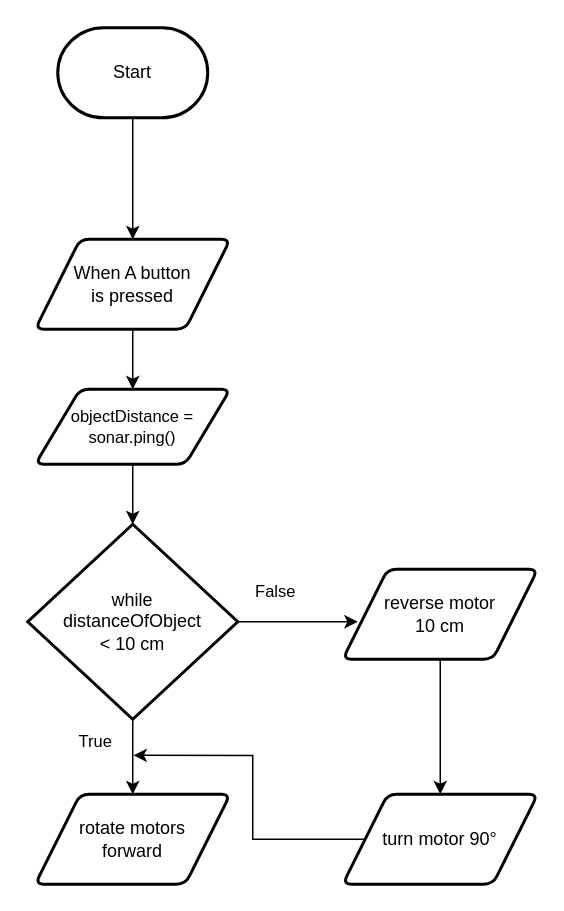
This is design/flowchart.drawio from MTHS-TEJ2O-1-2024/TEJ2O-Unit-5-08B-bain-liao, a draw.io file, before an edit. Source tidied: cells renumbered, new cells numbered last; positions are measured from the earlier drawing's top-left corner, leaving out a move shared by most shapes. Both pictures are drawn from the tidied source at 150%, with x=0, y=0 at pixel (27, 27).
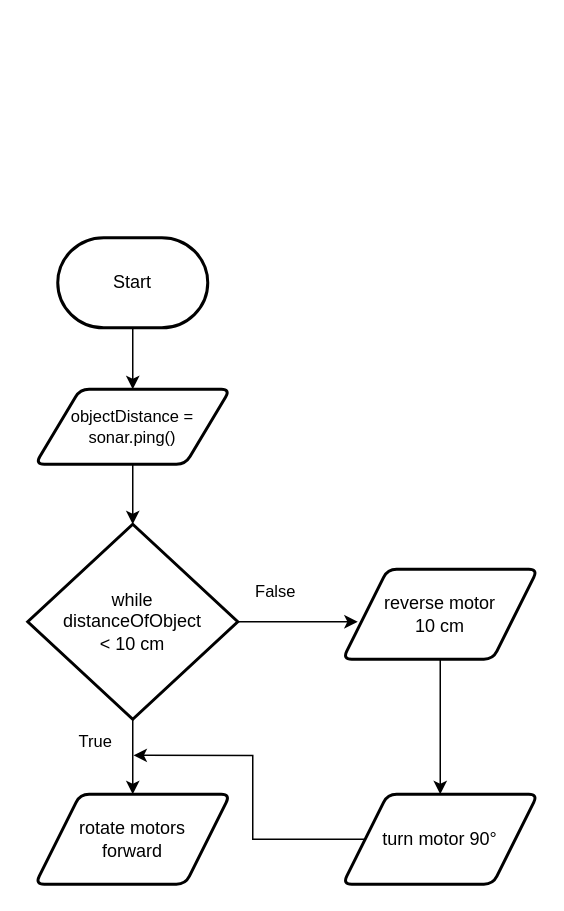
After the change.

Unchanged cells that the change refers to:
```xml
<mxCell id="10" value="objectDistance = sonar.ping()" style="shape=parallelogram;html=1;strokeWidth=2;perimeter=parallelogramPerimeter;whiteSpace=wrap;rounded=1;arcSize=12;size=0.23;fontFamily=Helvetica;fontSize=11;fontColor=default;" parent="1" vertex="1">
  <mxGeometry x="5" y="241" width="130" height="50" as="geometry" />
</mxCell>
```

The edit, as a diff of the source:
```diff
@@
-    <mxCell id="2" style="edgeStyle=orthogonalEdgeStyle;html=1;rounded=0;entryX=0.5;entryY=0;entryDx=0;entryDy=0;" parent="1" edge="1" source="3" target="8">
+    <mxCell id="2" style="edgeStyle=orthogonalEdgeStyle;html=1;rounded=0;entryX=0.5;entryY=0;entryDx=0;entryDy=0;" parent="1" edge="1" source="3" target="10">
       <mxGeometry relative="1" as="geometry" />
     </mxCell>
     <mxCell id="3" value="Start" style="strokeWidth=2;html=1;shape=mxgraph.flowchart.terminator;whiteSpace=wrap;" parent="1" vertex="1">
-      <mxGeometry x="20" width="100" height="60" as="geometry" />
+      <mxGeometry x="20" y="140" width="100" height="60" as="geometry" />
     </mxCell>
@@
-    <mxCell id="7" style="edgeStyle=orthogonalEdgeStyle;shape=connector;rounded=0;html=1;exitX=0.5;exitY=1;exitDx=0;exitDy=0;entryX=0.5;entryY=0;entryDx=0;entryDy=0;labelBackgroundColor=default;strokeColor=default;fontFamily=Helvetica;fontSize=11;fontColor=default;endArrow=classic;" parent="1" edge="1" source="8" target="10">
-      <mxGeometry relative="1" as="geometry" />
-    </mxCell>
-    <mxCell id="8" value="When A button&lt;br&gt;is pressed" style="shape=parallelogram;html=1;strokeWidth=2;perimeter=parallelogramPerimeter;whiteSpace=wrap;rounded=1;arcSize=12;size=0.23;" parent="1" vertex="1">
-      <mxGeometry x="5" y="141" width="130" height="60" as="geometry" />
-    </mxCell>
```
